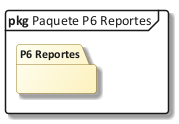
Earlier version of the PlantUML export Docs/diagramas/24_paq_p6.png (Kato-001/nova-salud).
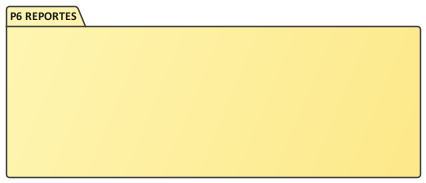
The same file after the commit.

Change to the diagram source:
```diff
@@ -1,7 +1,14 @@
 @startuml 24_paq_p6
 !include C:/Users/Sergio Estaca Paco/Desktop/HeadSalud/Docs/diagramas/estilo_ea.iuml
-mainframe **pkg** Paquete P6 Reportes
-skinparam packageStyle folder
-package "P6 Reportes" as PK {
+skinparam PackageBackgroundColor #FFF6B3/#FDE98A
+skinparam shadowing false
+package "P6 REPORTES" as PK {
+  skinparam rectangle<<oculto>> {
+    BackgroundColor transparent
+    BorderColor transparent
+    StereotypeFontSize 0
+    shadowing false
+  }
+  rectangle "<size:40>                                        </size>\n\n\n" <<oculto>> as X
 }
 @enduml
```
